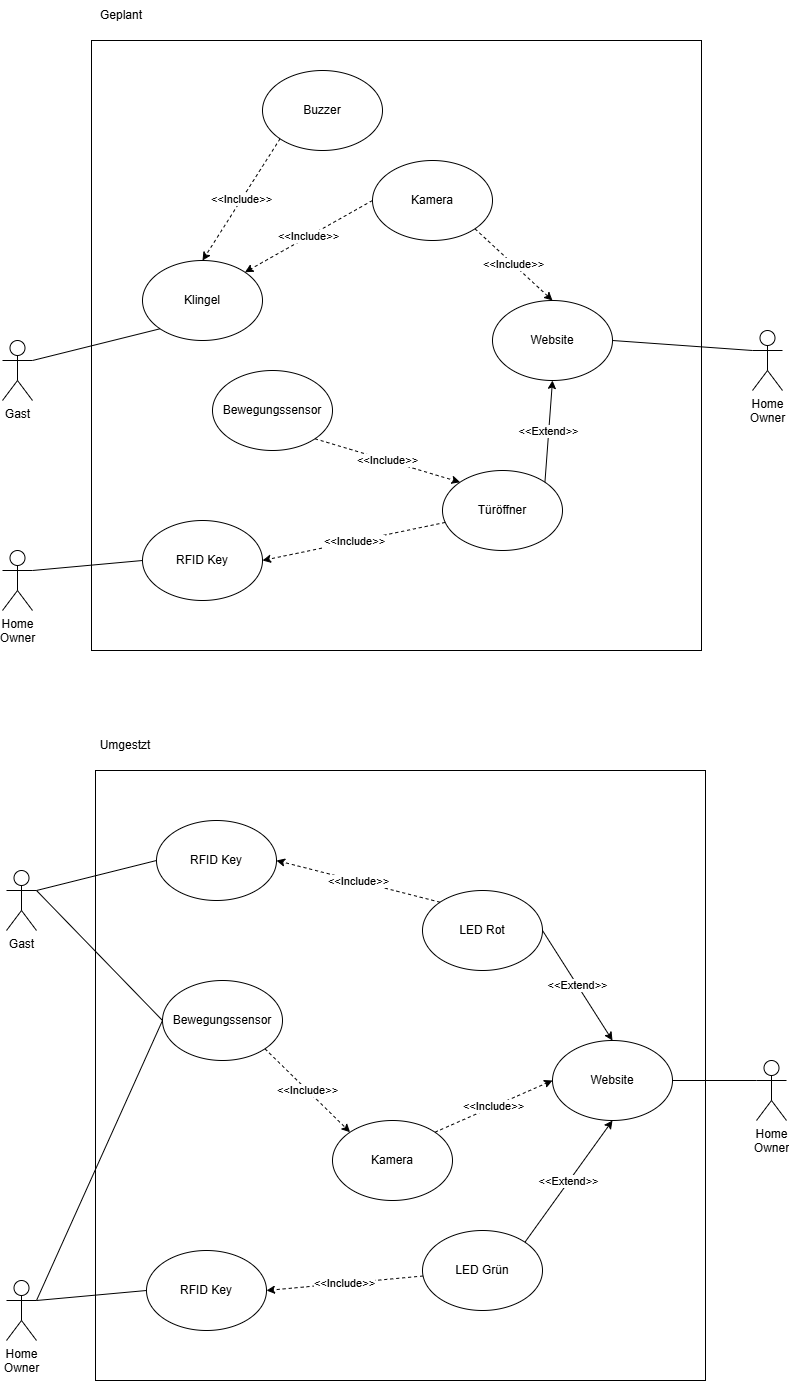
Earlier version of the draw.io export diagrams/UseCase Diagramm.drawio.png (JustJ4Y/PI-SPACE-H-SECURITY). Source tidied: cells renumbered, new cells last; positions are measured from the earlier drawing's top-left corner, leaving out a move shared by most shapes. Source of this version:
```xml
<mxGraphModel>
  <root>
    <mxCell id="0" />
    <mxCell id="1" parent="0" />
    <mxCell id="2" style="whiteSpace=wrap;html=1;" parent="1" vertex="1">
      <mxGeometry x="89" y="40" width="610" height="610" as="geometry" />
    </mxCell>
    <mxCell id="3" value="Gast" style="shape=umlActor;verticalLabelPosition=bottom;verticalAlign=top;html=1;outlineConnect=0;" parent="1" vertex="1">
      <mxGeometry y="340" width="30" height="60" as="geometry" />
    </mxCell>
    <mxCell id="4" value="Klingel" style="ellipse;whiteSpace=wrap;html=1;" parent="1" vertex="1">
      <mxGeometry x="140" y="260" width="120" height="80" as="geometry" />
    </mxCell>
    <mxCell id="5" value="Buzzer" style="ellipse;whiteSpace=wrap;html=1;" parent="1" vertex="1">
      <mxGeometry x="260" y="70" width="120" height="80" as="geometry" />
    </mxCell>
    <mxCell id="6" value="Kamera" style="ellipse;whiteSpace=wrap;html=1;" parent="1" vertex="1">
      <mxGeometry x="370" y="160" width="120" height="80" as="geometry" />
    </mxCell>
    <mxCell id="7" value="&amp;lt;&amp;lt;Include&amp;gt;&amp;gt;" style="endArrow=classic;html=1;rounded=0;entryX=0.5;entryY=0;entryDx=0;entryDy=0;exitX=0;exitY=1;exitDx=0;exitDy=0;dashed=1;" parent="1" edge="1" source="5" target="4">
      <mxGeometry relative="1" as="geometry" />
    </mxCell>
    <mxCell id="8" value="&amp;lt;&amp;lt;Include&amp;gt;&amp;gt;" style="endArrow=classic;html=1;rounded=0;entryX=1;entryY=0;entryDx=0;entryDy=0;exitX=0;exitY=0.5;exitDx=0;exitDy=0;dashed=1;" parent="1" edge="1" source="6" target="4">
      <mxGeometry relative="1" as="geometry" />
    </mxCell>
    <mxCell id="9" style="endArrow=none;html=1;rounded=0;exitX=1;exitY=0.3333333333333333;exitDx=0;exitDy=0;exitPerimeter=0;entryX=0;entryY=1;entryDx=0;entryDy=0;" parent="1" edge="1" source="3" target="4">
      <mxGeometry relative="1" as="geometry" />
    </mxCell>
    <mxCell id="10" value="Home&lt;div&gt;Owner&lt;/div&gt;" style="shape=umlActor;verticalLabelPosition=bottom;verticalAlign=top;html=1;outlineConnect=0;" parent="1" vertex="1">
      <mxGeometry x="750" y="330" width="30" height="60" as="geometry" />
    </mxCell>
    <mxCell id="11" value="Website" style="ellipse;whiteSpace=wrap;html=1;" parent="1" vertex="1">
      <mxGeometry x="490" y="300" width="120" height="80" as="geometry" />
    </mxCell>
    <mxCell id="12" value="&amp;lt;&amp;lt;Include&amp;gt;&amp;gt;" style="endArrow=classic;html=1;rounded=0;entryX=0.5;entryY=0;entryDx=0;entryDy=0;exitX=1;exitY=1;exitDx=0;exitDy=0;dashed=1;" parent="1" edge="1" source="6" target="11">
      <mxGeometry relative="1" as="geometry" />
    </mxCell>
    <mxCell id="13" value="Bewegungssensor" style="ellipse;whiteSpace=wrap;html=1;" parent="1" vertex="1">
      <mxGeometry x="210" y="370" width="120" height="80" as="geometry" />
    </mxCell>
    <mxCell id="14" style="endArrow=none;html=1;rounded=0;entryX=0;entryY=0.3333333333333333;entryDx=0;entryDy=0;entryPerimeter=0;exitX=1;exitY=0.5;exitDx=0;exitDy=0;" parent="1" edge="1" source="11" target="10">
      <mxGeometry relative="1" as="geometry" />
    </mxCell>
    <mxCell id="15" value="Türöffner" style="ellipse;whiteSpace=wrap;html=1;" parent="1" vertex="1">
      <mxGeometry x="440" y="470" width="120" height="80" as="geometry" />
    </mxCell>
    <mxCell id="16" value="&amp;lt;&amp;lt;Extend&amp;gt;&amp;gt;" style="endArrow=classic;html=1;rounded=0;exitX=1;exitY=0;exitDx=0;exitDy=0;entryX=0.5;entryY=1;entryDx=0;entryDy=0;" parent="1" edge="1" source="15" target="11">
      <mxGeometry relative="1" as="geometry" />
    </mxCell>
    <mxCell id="17" value="&amp;lt;&amp;lt;Include&amp;gt;&amp;gt;" style="endArrow=classic;html=1;rounded=0;exitX=1;exitY=1;exitDx=0;exitDy=0;entryX=0;entryY=0;entryDx=0;entryDy=0;dashed=1;" parent="1" edge="1" source="13" target="15">
      <mxGeometry relative="1" as="geometry" />
    </mxCell>
    <mxCell id="18" value="Home&lt;div&gt;Owner&lt;/div&gt;" style="shape=umlActor;verticalLabelPosition=bottom;verticalAlign=top;html=1;outlineConnect=0;" parent="1" vertex="1">
      <mxGeometry y="550" width="30" height="60" as="geometry" />
    </mxCell>
    <mxCell id="19" value="RFID Key" style="ellipse;whiteSpace=wrap;html=1;" parent="1" vertex="1">
      <mxGeometry x="140" y="520" width="120" height="80" as="geometry" />
    </mxCell>
    <mxCell id="20" value="&amp;lt;&amp;lt;Include&amp;gt;&amp;gt;" style="endArrow=classic;html=1;rounded=0;entryX=1;entryY=0.5;entryDx=0;entryDy=0;dashed=1;" parent="1" edge="1" source="15" target="19">
      <mxGeometry relative="1" as="geometry" />
    </mxCell>
    <mxCell id="21" style="endArrow=none;html=1;rounded=0;exitX=1;exitY=0.3333333333333333;exitDx=0;exitDy=0;exitPerimeter=0;entryX=0;entryY=0.5;entryDx=0;entryDy=0;" parent="1" edge="1" source="18" target="19">
      <mxGeometry relative="1" as="geometry" />
    </mxCell>
    <mxCell id="22" value="Geplant" style="text;html=1;whiteSpace=wrap;strokeColor=none;fillColor=none;align=center;verticalAlign=middle;rounded=0;" parent="1" vertex="1">
      <mxGeometry x="89" width="60" height="30" as="geometry" />
    </mxCell>
    <mxCell id="23" style="whiteSpace=wrap;html=1;" parent="1" vertex="1">
      <mxGeometry x="93" y="770" width="610" height="610" as="geometry" />
    </mxCell>
    <mxCell id="24" value="Gast" style="shape=umlActor;verticalLabelPosition=bottom;verticalAlign=top;html=1;outlineConnect=0;" parent="1" vertex="1">
      <mxGeometry x="4" y="870" width="30" height="60" as="geometry" />
    </mxCell>
    <mxCell id="25" value="RFID Key" style="ellipse;whiteSpace=wrap;html=1;" parent="1" vertex="1">
      <mxGeometry x="154" y="820" width="120" height="80" as="geometry" />
    </mxCell>
    <mxCell id="26" value="Kamera" style="ellipse;whiteSpace=wrap;html=1;" parent="1" vertex="1">
      <mxGeometry x="330" y="1120" width="120" height="80" as="geometry" />
    </mxCell>
    <mxCell id="27" style="endArrow=none;html=1;rounded=0;exitX=1;exitY=0.3333333333333333;exitDx=0;exitDy=0;exitPerimeter=0;entryX=0;entryY=0.5;entryDx=0;entryDy=0;" parent="1" edge="1" source="24" target="25">
      <mxGeometry relative="1" as="geometry" />
    </mxCell>
    <mxCell id="28" value="Home&lt;div&gt;Owner&lt;/div&gt;" style="shape=umlActor;verticalLabelPosition=bottom;verticalAlign=top;html=1;outlineConnect=0;" parent="1" vertex="1">
      <mxGeometry x="754" y="1060" width="30" height="60" as="geometry" />
    </mxCell>
    <mxCell id="29" value="Website" style="ellipse;whiteSpace=wrap;html=1;" parent="1" vertex="1">
      <mxGeometry x="550" y="1040" width="120" height="80" as="geometry" />
    </mxCell>
    <mxCell id="30" value="&amp;lt;&amp;lt;Include&amp;gt;&amp;gt;" style="endArrow=classic;html=1;rounded=0;entryX=0;entryY=0.5;entryDx=0;entryDy=0;exitX=1;exitY=0;exitDx=0;exitDy=0;dashed=1;" parent="1" edge="1" source="26" target="29">
      <mxGeometry relative="1" as="geometry" />
    </mxCell>
    <mxCell id="31" value="Bewegungssensor" style="ellipse;whiteSpace=wrap;html=1;" parent="1" vertex="1">
      <mxGeometry x="160" y="980" width="120" height="80" as="geometry" />
    </mxCell>
    <mxCell id="32" style="endArrow=none;html=1;rounded=0;entryX=0;entryY=0.3333333333333333;entryDx=0;entryDy=0;entryPerimeter=0;exitX=1;exitY=0.5;exitDx=0;exitDy=0;" parent="1" edge="1" source="29" target="28">
      <mxGeometry relative="1" as="geometry" />
    </mxCell>
    <mxCell id="33" value="LED Grün" style="ellipse;whiteSpace=wrap;html=1;" parent="1" vertex="1">
      <mxGeometry x="420" y="1230" width="120" height="80" as="geometry" />
    </mxCell>
    <mxCell id="34" value="&amp;lt;&amp;lt;Extend&amp;gt;&amp;gt;" style="endArrow=classic;html=1;rounded=0;exitX=1;exitY=0;exitDx=0;exitDy=0;entryX=0.5;entryY=1;entryDx=0;entryDy=0;" parent="1" edge="1" source="33" target="29">
      <mxGeometry relative="1" as="geometry" />
    </mxCell>
    <mxCell id="35" value="&amp;lt;&amp;lt;Include&amp;gt;&amp;gt;" style="endArrow=classic;html=1;rounded=0;exitX=1;exitY=1;exitDx=0;exitDy=0;entryX=0;entryY=0;entryDx=0;entryDy=0;dashed=1;" parent="1" edge="1" source="31" target="26">
      <mxGeometry relative="1" as="geometry" />
    </mxCell>
    <mxCell id="36" value="Home&lt;div&gt;Owner&lt;/div&gt;" style="shape=umlActor;verticalLabelPosition=bottom;verticalAlign=top;html=1;outlineConnect=0;" parent="1" vertex="1">
      <mxGeometry x="4" y="1280" width="30" height="60" as="geometry" />
    </mxCell>
    <mxCell id="37" value="RFID Key" style="ellipse;whiteSpace=wrap;html=1;" parent="1" vertex="1">
      <mxGeometry x="144" y="1250" width="120" height="80" as="geometry" />
    </mxCell>
    <mxCell id="38" value="&amp;lt;&amp;lt;Include&amp;gt;&amp;gt;" style="endArrow=classic;html=1;rounded=0;entryX=1;entryY=0.5;entryDx=0;entryDy=0;dashed=1;" parent="1" edge="1" source="33" target="37">
      <mxGeometry relative="1" as="geometry" />
    </mxCell>
    <mxCell id="39" style="endArrow=none;html=1;rounded=0;exitX=1;exitY=0.3333333333333333;exitDx=0;exitDy=0;exitPerimeter=0;entryX=0;entryY=0.5;entryDx=0;entryDy=0;" parent="1" edge="1" source="36" target="37">
      <mxGeometry relative="1" as="geometry" />
    </mxCell>
    <mxCell id="40" value="Umgestzt" style="text;html=1;whiteSpace=wrap;strokeColor=none;fillColor=none;align=center;verticalAlign=middle;rounded=0;" parent="1" vertex="1">
      <mxGeometry x="93" y="730" width="60" height="30" as="geometry" />
    </mxCell>
    <mxCell id="41" value="LED Rot" style="ellipse;whiteSpace=wrap;html=1;" parent="1" vertex="1">
      <mxGeometry x="420" y="890" width="120" height="80" as="geometry" />
    </mxCell>
    <mxCell id="42" value="&amp;lt;&amp;lt;Include&amp;gt;&amp;gt;" style="endArrow=classic;html=1;rounded=0;entryX=1;entryY=0.5;entryDx=0;entryDy=0;dashed=1;exitX=0;exitY=0;exitDx=0;exitDy=0;" parent="1" edge="1" source="41" target="25">
      <mxGeometry relative="1" as="geometry" />
    </mxCell>
    <mxCell id="43" value="&amp;lt;&amp;lt;Extend&amp;gt;&amp;gt;" style="endArrow=classic;html=1;rounded=0;exitX=1;exitY=0.5;exitDx=0;exitDy=0;entryX=0.5;entryY=0;entryDx=0;entryDy=0;" parent="1" edge="1" source="41" target="29">
      <mxGeometry relative="1" as="geometry" />
    </mxCell>
    <mxCell id="44" style="endArrow=none;html=1;rounded=0;entryX=0;entryY=0.5;entryDx=0;entryDy=0;exitX=1;exitY=0.3333333333333333;exitDx=0;exitDy=0;exitPerimeter=0;" parent="1" edge="1" source="24" target="31">
      <mxGeometry relative="1" as="geometry" />
    </mxCell>
    <mxCell id="45" style="endArrow=none;html=1;rounded=0;exitX=1;exitY=0.3333333333333333;exitDx=0;exitDy=0;exitPerimeter=0;entryX=0;entryY=0.5;entryDx=0;entryDy=0;" parent="1" edge="1" source="36" target="31">
      <mxGeometry relative="1" as="geometry" />
    </mxCell>
  </root>
</mxGraphModel>
```
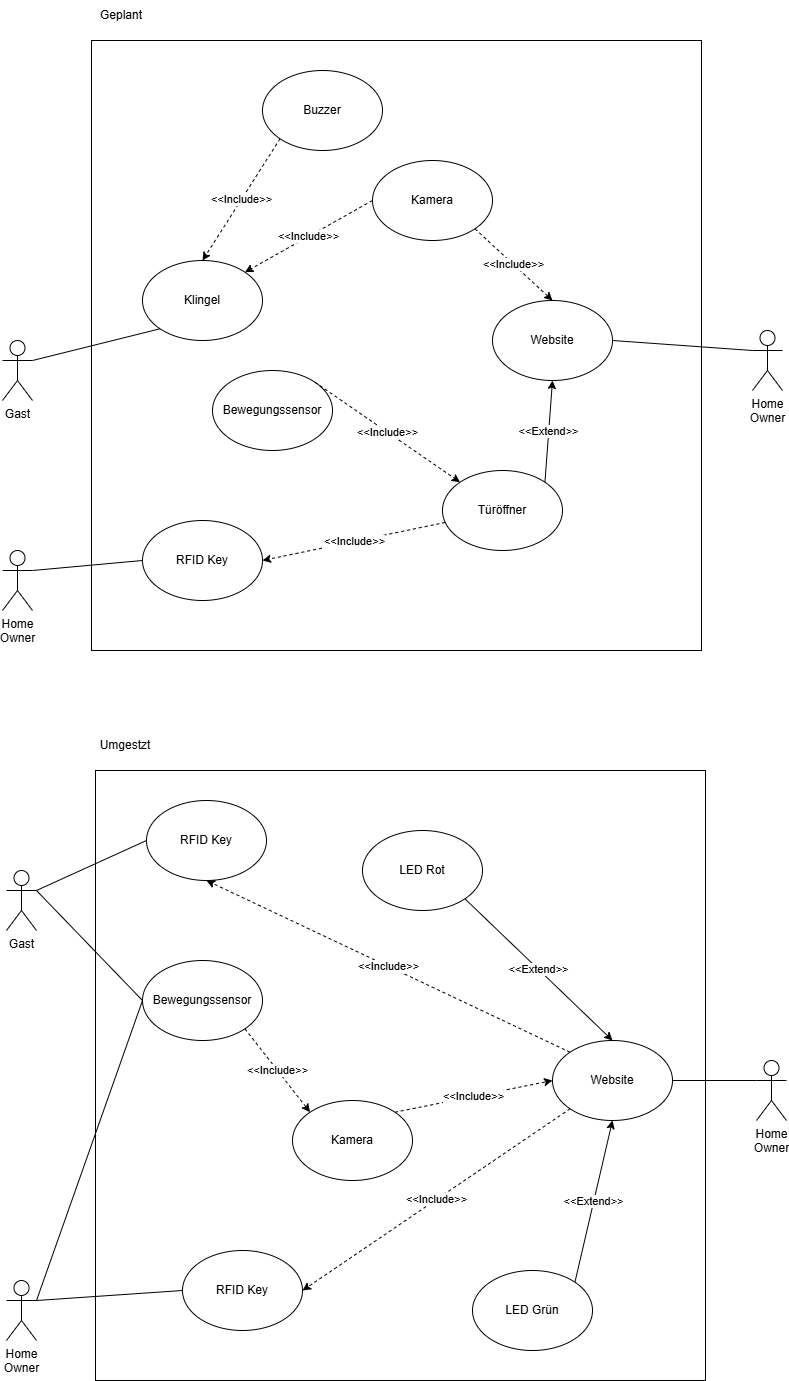
The same diagram one commit later.

The edit, as a diff of the source:
```diff
@@ -47,7 +47,7 @@
     <mxCell id="16" value="&amp;lt;&amp;lt;Extend&amp;gt;&amp;gt;" style="endArrow=classic;html=1;rounded=0;exitX=1;exitY=0;exitDx=0;exitDy=0;entryX=0.5;entryY=1;entryDx=0;entryDy=0;" parent="1" edge="1" source="15" target="11">
       <mxGeometry relative="1" as="geometry" />
     </mxCell>
-    <mxCell id="17" value="&amp;lt;&amp;lt;Include&amp;gt;&amp;gt;" style="endArrow=classic;html=1;rounded=0;exitX=1;exitY=1;exitDx=0;exitDy=0;entryX=0;entryY=0;entryDx=0;entryDy=0;dashed=1;" parent="1" edge="1" source="13" target="15">
+    <mxCell id="17" value="&amp;lt;&amp;lt;Include&amp;gt;&amp;gt;" style="endArrow=classic;html=1;rounded=0;exitX=1;exitY=0;exitDx=0;exitDy=0;dashed=1;entryX=0;entryY=0;entryDx=0;entryDy=0;" parent="1" edge="1" source="13" target="15">
       <mxGeometry relative="1" as="geometry" />
     </mxCell>
     <mxCell id="18" value="Home&lt;div&gt;Owner&lt;/div&gt;" style="shape=umlActor;verticalLabelPosition=bottom;verticalAlign=top;html=1;outlineConnect=0;" parent="1" vertex="1">
@@ -72,10 +72,10 @@
       <mxGeometry x="4" y="870" width="30" height="60" as="geometry" />
     </mxCell>
     <mxCell id="25" value="RFID Key" style="ellipse;whiteSpace=wrap;html=1;" parent="1" vertex="1">
-      <mxGeometry x="154" y="820" width="120" height="80" as="geometry" />
+      <mxGeometry x="144" y="800" width="120" height="80" as="geometry" />
     </mxCell>
     <mxCell id="26" value="Kamera" style="ellipse;whiteSpace=wrap;html=1;" parent="1" vertex="1">
-      <mxGeometry x="330" y="1120" width="120" height="80" as="geometry" />
+      <mxGeometry x="290" y="1100" width="120" height="80" as="geometry" />
     </mxCell>
     <mxCell id="27" style="endArrow=none;html=1;rounded=0;exitX=1;exitY=0.3333333333333333;exitDx=0;exitDy=0;exitPerimeter=0;entryX=0;entryY=0.5;entryDx=0;entryDy=0;" parent="1" edge="1" source="24" target="25">
       <mxGeometry relative="1" as="geometry" />
@@ -90,13 +90,13 @@
       <mxGeometry relative="1" as="geometry" />
     </mxCell>
     <mxCell id="31" value="Bewegungssensor" style="ellipse;whiteSpace=wrap;html=1;" parent="1" vertex="1">
-      <mxGeometry x="160" y="980" width="120" height="80" as="geometry" />
+      <mxGeometry x="140" y="960" width="120" height="80" as="geometry" />
     </mxCell>
     <mxCell id="32" style="endArrow=none;html=1;rounded=0;entryX=0;entryY=0.3333333333333333;entryDx=0;entryDy=0;entryPerimeter=0;exitX=1;exitY=0.5;exitDx=0;exitDy=0;" parent="1" edge="1" source="29" target="28">
       <mxGeometry relative="1" as="geometry" />
     </mxCell>
     <mxCell id="33" value="LED Grün" style="ellipse;whiteSpace=wrap;html=1;" parent="1" vertex="1">
-      <mxGeometry x="420" y="1230" width="120" height="80" as="geometry" />
+      <mxGeometry x="470" y="1270" width="120" height="80" as="geometry" />
     </mxCell>
     <mxCell id="34" value="&amp;lt;&amp;lt;Extend&amp;gt;&amp;gt;" style="endArrow=classic;html=1;rounded=0;exitX=1;exitY=0;exitDx=0;exitDy=0;entryX=0.5;entryY=1;entryDx=0;entryDy=0;" parent="1" edge="1" source="33" target="29">
       <mxGeometry relative="1" as="geometry" />
@@ -108,9 +108,9 @@
       <mxGeometry x="4" y="1280" width="30" height="60" as="geometry" />
     </mxCell>
     <mxCell id="37" value="RFID Key" style="ellipse;whiteSpace=wrap;html=1;" parent="1" vertex="1">
-      <mxGeometry x="144" y="1250" width="120" height="80" as="geometry" />
+      <mxGeometry x="180" y="1250" width="120" height="80" as="geometry" />
     </mxCell>
-    <mxCell id="38" value="&amp;lt;&amp;lt;Include&amp;gt;&amp;gt;" style="endArrow=classic;html=1;rounded=0;entryX=1;entryY=0.5;entryDx=0;entryDy=0;dashed=1;" parent="1" edge="1" source="33" target="37">
+    <mxCell id="38" value="&amp;lt;&amp;lt;Include&amp;gt;&amp;gt;" style="endArrow=classic;html=1;rounded=0;entryX=1;entryY=0.5;entryDx=0;entryDy=0;dashed=1;exitX=0;exitY=1;exitDx=0;exitDy=0;" parent="1" edge="1" source="29" target="37">
       <mxGeometry relative="1" as="geometry" />
     </mxCell>
     <mxCell id="39" style="endArrow=none;html=1;rounded=0;exitX=1;exitY=0.3333333333333333;exitDx=0;exitDy=0;exitPerimeter=0;entryX=0;entryY=0.5;entryDx=0;entryDy=0;" parent="1" edge="1" source="36" target="37">
@@ -120,12 +120,12 @@
       <mxGeometry x="93" y="730" width="60" height="30" as="geometry" />
     </mxCell>
     <mxCell id="41" value="LED Rot" style="ellipse;whiteSpace=wrap;html=1;" parent="1" vertex="1">
-      <mxGeometry x="420" y="890" width="120" height="80" as="geometry" />
+      <mxGeometry x="360" y="830" width="120" height="80" as="geometry" />
     </mxCell>
-    <mxCell id="42" value="&amp;lt;&amp;lt;Include&amp;gt;&amp;gt;" style="endArrow=classic;html=1;rounded=0;entryX=1;entryY=0.5;entryDx=0;entryDy=0;dashed=1;exitX=0;exitY=0;exitDx=0;exitDy=0;" parent="1" edge="1" source="41" target="25">
+    <mxCell id="42" value="&amp;lt;&amp;lt;Include&amp;gt;&amp;gt;" style="endArrow=classic;html=1;rounded=0;entryX=0.5;entryY=1;entryDx=0;entryDy=0;dashed=1;exitX=0;exitY=0;exitDx=0;exitDy=0;" parent="1" edge="1" source="29" target="25">
       <mxGeometry relative="1" as="geometry" />
     </mxCell>
-    <mxCell id="43" value="&amp;lt;&amp;lt;Extend&amp;gt;&amp;gt;" style="endArrow=classic;html=1;rounded=0;exitX=1;exitY=0.5;exitDx=0;exitDy=0;entryX=0.5;entryY=0;entryDx=0;entryDy=0;" parent="1" edge="1" source="41" target="29">
+    <mxCell id="43" value="&amp;lt;&amp;lt;Extend&amp;gt;&amp;gt;" style="endArrow=classic;html=1;rounded=0;exitX=1;exitY=1;exitDx=0;exitDy=0;entryX=0.5;entryY=0;entryDx=0;entryDy=0;" parent="1" edge="1" source="41" target="29">
       <mxGeometry relative="1" as="geometry" />
     </mxCell>
     <mxCell id="44" style="endArrow=none;html=1;rounded=0;entryX=0;entryY=0.5;entryDx=0;entryDy=0;exitX=1;exitY=0.3333333333333333;exitDx=0;exitDy=0;exitPerimeter=0;" parent="1" edge="1" source="24" target="31">
```
